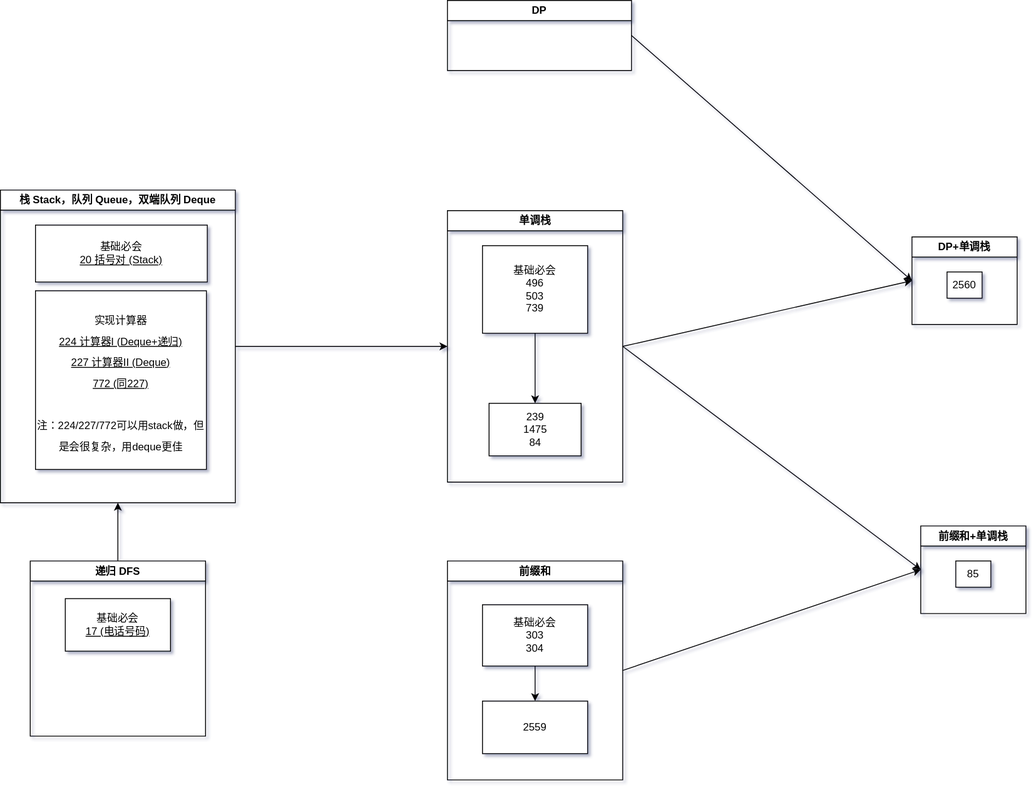
Earlier version of the draw.io export drawio/map.drawio.svg (jssonx/algo-playground). Source tidied: cells renumbered, new cells last; positions are measured from the earlier drawing's top-left corner, leaving out a move shared by most shapes.
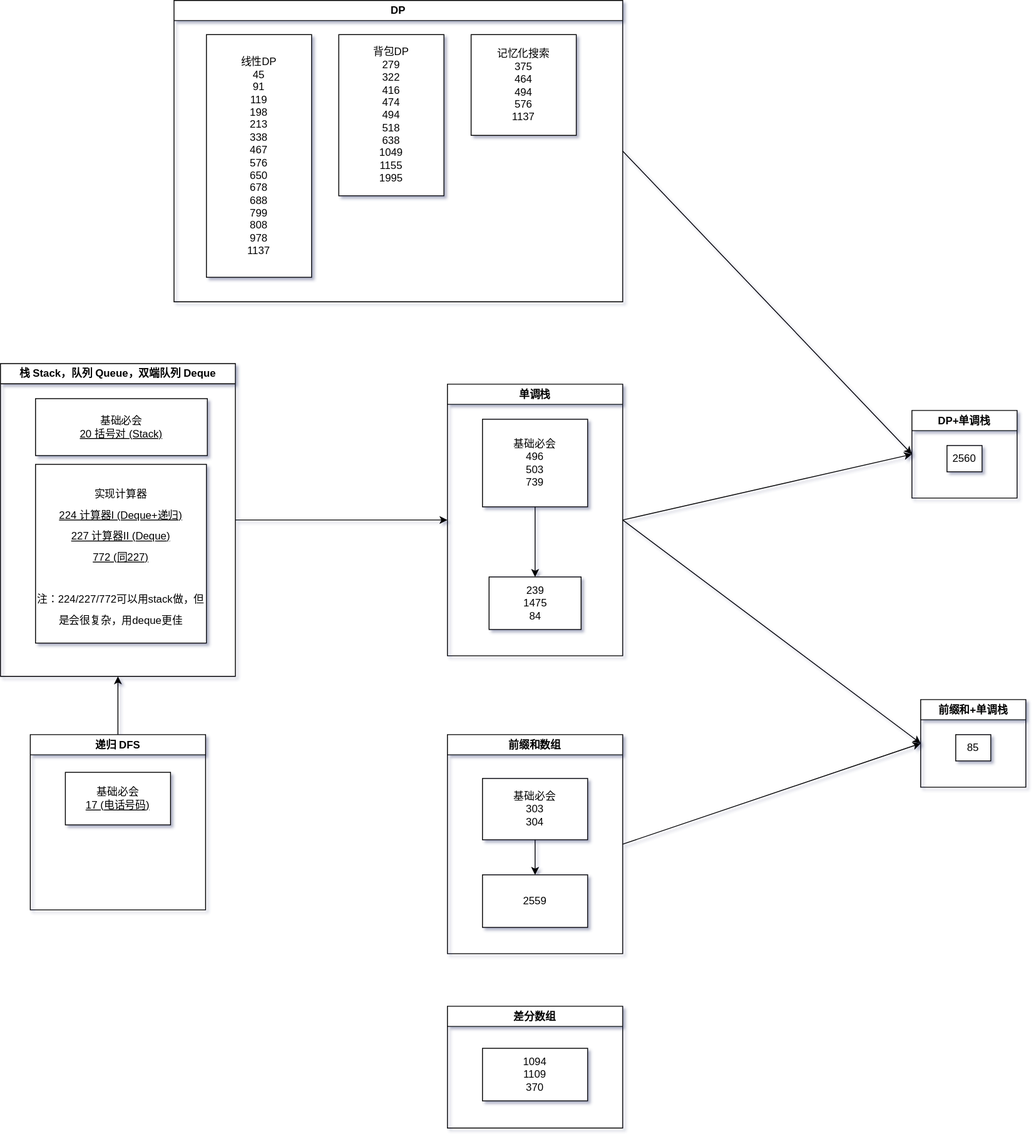
Above is the later version.

What changed in the source:
```diff
@@ -5,7 +5,7 @@
     <mxCell id="2" style="edgeStyle=none;html=1;entryX=0;entryY=0.5;entryDx=0;entryDy=0;exitX=1;exitY=0.5;exitDx=0;exitDy=0;rounded=0;" parent="1" edge="1" source="3" target="11">
       <mxGeometry relative="1" as="geometry" />
     </mxCell>
-    <mxCell id="3" value="前缀和" style="swimlane;whiteSpace=wrap;html=1;rounded=0;" parent="1" vertex="1">
+    <mxCell id="3" value="前缀和数组" style="swimlane;whiteSpace=wrap;html=1;rounded=0;" parent="1" vertex="1">
       <mxGeometry x="510" y="640" width="200" height="250" as="geometry" />
     </mxCell>
     <mxCell id="4" style="edgeStyle=none;html=1;exitX=0.5;exitY=1;exitDx=0;exitDy=0;entryX=0.5;entryY=0;entryDx=0;entryDy=0;rounded=0;" parent="3" edge="1" source="5" target="6">
@@ -51,8 +51,14 @@
       <mxGeometry relative="1" as="geometry" />
     </mxCell>
     <mxCell id="18" value="DP" style="swimlane;whiteSpace=wrap;html=1;rounded=0;" parent="1" vertex="1">
-      <mxGeometry x="510" width="210" height="80" as="geometry" />
+      <mxGeometry x="198" y="-198" width="512" height="344" as="geometry" />
     </mxCell>
+    <mxCell id="26" value="背包DP&lt;br&gt;279&lt;br&gt;322&lt;br&gt;416&lt;br&gt;474&lt;br&gt;494&lt;br&gt;518&lt;br&gt;638&lt;br&gt;1049&lt;br&gt;1155&lt;br&gt;1995&lt;br&gt;" style="whiteSpace=wrap;html=1;" parent="18" vertex="1">
+      <mxGeometry x="188" y="39" width="120" height="184" as="geometry" />
+    </mxCell>
+    <mxCell id="27" value="记忆化搜索&lt;br&gt;375&lt;br&gt;464&lt;br&gt;494&lt;br&gt;576&lt;br&gt;1137" style="whiteSpace=wrap;html=1;" parent="18" vertex="1">
+      <mxGeometry x="339" y="39" width="120" height="115" as="geometry" />
+    </mxCell>
     <mxCell id="19" style="edgeStyle=none;html=1;exitX=1;exitY=0.5;exitDx=0;exitDy=0;entryX=0;entryY=0.5;entryDx=0;entryDy=0;rounded=0;" parent="1" edge="1" source="20" target="7">
       <mxGeometry relative="1" as="geometry" />
     </mxCell>
@@ -74,5 +80,14 @@
     <mxCell id="25" value="基础必会&lt;br&gt;&lt;u&gt;17 (电话号码)&lt;/u&gt;" style="whiteSpace=wrap;html=1;fontFamily=Helvetica;" parent="24" vertex="1">
       <mxGeometry x="40" y="43" width="120" height="60" as="geometry" />
     </mxCell>
+    <mxCell id="28" value="差分数组" style="swimlane;whiteSpace=wrap;html=1;" parent="1" vertex="1">
+      <mxGeometry x="510" y="950" width="200" height="139" as="geometry" />
+    </mxCell>
+    <mxCell id="29" value="1094&lt;br&gt;1109&lt;br&gt;370" style="whiteSpace=wrap;html=1;" parent="28" vertex="1">
+      <mxGeometry x="40" y="48" width="120" height="60" as="geometry" />
+    </mxCell>
+    <mxCell id="30" value="线性DP&lt;br&gt;45&lt;br&gt;91&lt;br&gt;119&lt;br&gt;198&lt;br&gt;213&lt;br&gt;338&lt;br&gt;467&lt;br&gt;576&lt;br&gt;650&lt;br&gt;678&lt;br&gt;688&lt;br&gt;799&lt;br&gt;808&lt;br&gt;978&lt;br&gt;1137" style="whiteSpace=wrap;html=1;" parent="1" vertex="1">
+      <mxGeometry x="235" y="-159" width="120" height="277" as="geometry" />
+    </mxCell>
   </root>
 </mxGraphModel>
```
